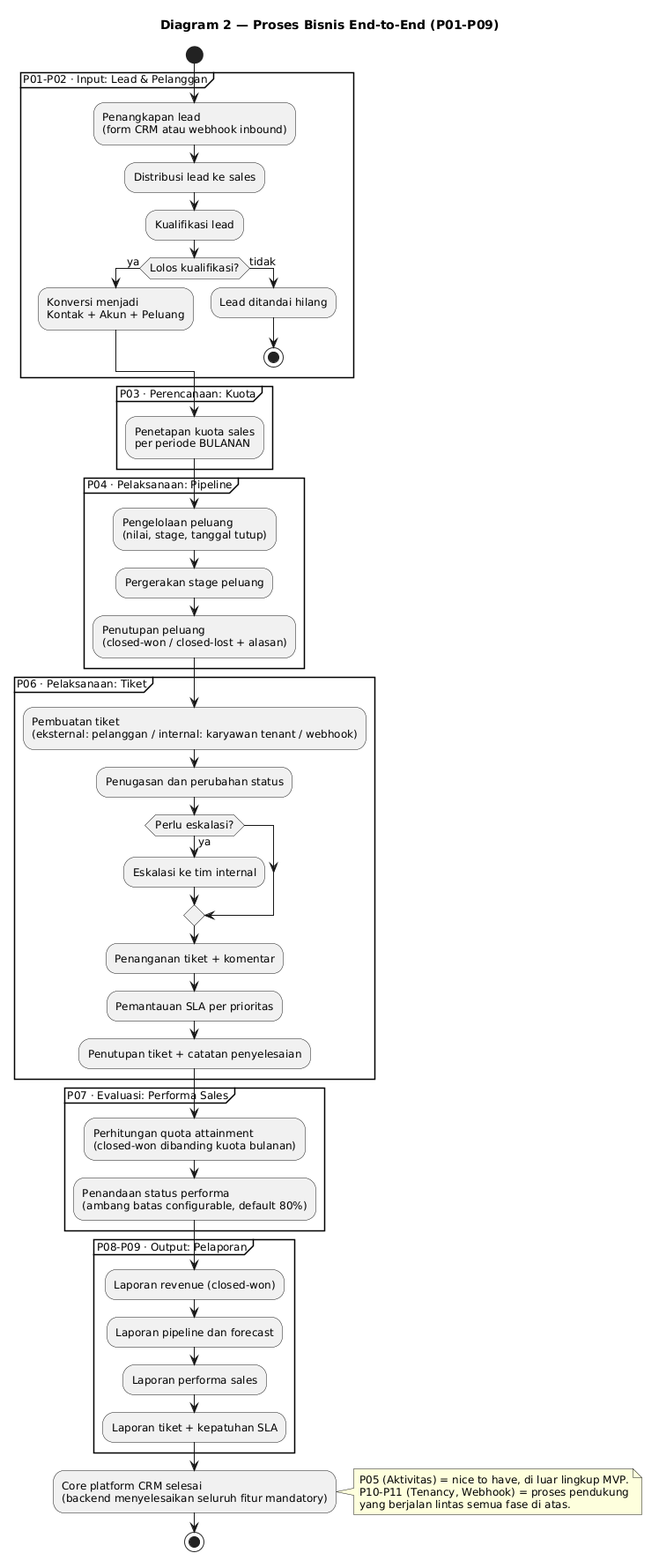
Earlier version of the PlantUML export knowledge/projects/bootcamp-crm/requirements/brd/diagrams/02-proses-bisnis.png (yudha-tlab/ai-os-knowledge). The source it was exported from:
```plantuml
@startuml
title Diagram 2 — Proses Bisnis End-to-End (P01-P09)

skinparam shadowing false
skinparam defaultFontSize 12

start
partition "P01-P02 · Input: Lead & Pelanggan" {
  :Penangkapan lead
  (form CRM atau webhook inbound);
  :Distribusi lead ke sales;
  :Kualifikasi lead;
  if (Lolos kualifikasi?) then (ya)
    :Konversi menjadi
    Kontak + Akun + Peluang;
  else (tidak)
    :Lead ditandai hilang;
    stop
  endif
}
partition "P03 · Perencanaan: Kuota" {
  :Penetapan kuota sales
  per periode BULANAN;
}
partition "P04 · Pelaksanaan: Pipeline" {
  :Pengelolaan peluang
  (nilai, stage, tanggal tutup);
  :Pergerakan stage peluang;
  :Penutupan peluang
  (closed-won / closed-lost + alasan);
}
partition "P06 · Pelaksanaan: Tiket" {
  :Pembuatan tiket
  (eksternal: pelanggan / internal: karyawan tenant / webhook);
  :Penugasan dan perubahan status;
  if (Perlu eskalasi?) then (ya)
    :Eskalasi ke tim internal;
  endif
  :Penanganan tiket + komentar;
  :Pemantauan SLA per prioritas;
  :Penutupan tiket + catatan penyelesaian;
}
partition "P07 · Evaluasi: Performa Sales" {
  :Perhitungan quota attainment
  (closed-won dibanding kuota bulanan);
  :Penandaan status performa
  (ambang batas configurable, default 80%);
}
partition "P08-P09 · Output: Pelaporan" {
  :Laporan revenue (closed-won);
  :Laporan pipeline dan forecast;
  :Laporan performa sales;
  :Laporan tiket + kepatuhan SLA;
}
:Core platform CRM selesai
(backend menyelesaikan seluruh fitur mandatory);
note right
  P05 (Aktivitas) = nice to have, di luar lingkup MVP.
  P10-P11 (Tenancy, Webhook) = proses pendukung
  yang berjalan lintas semua fase di atas.
end note
stop
@enduml
```
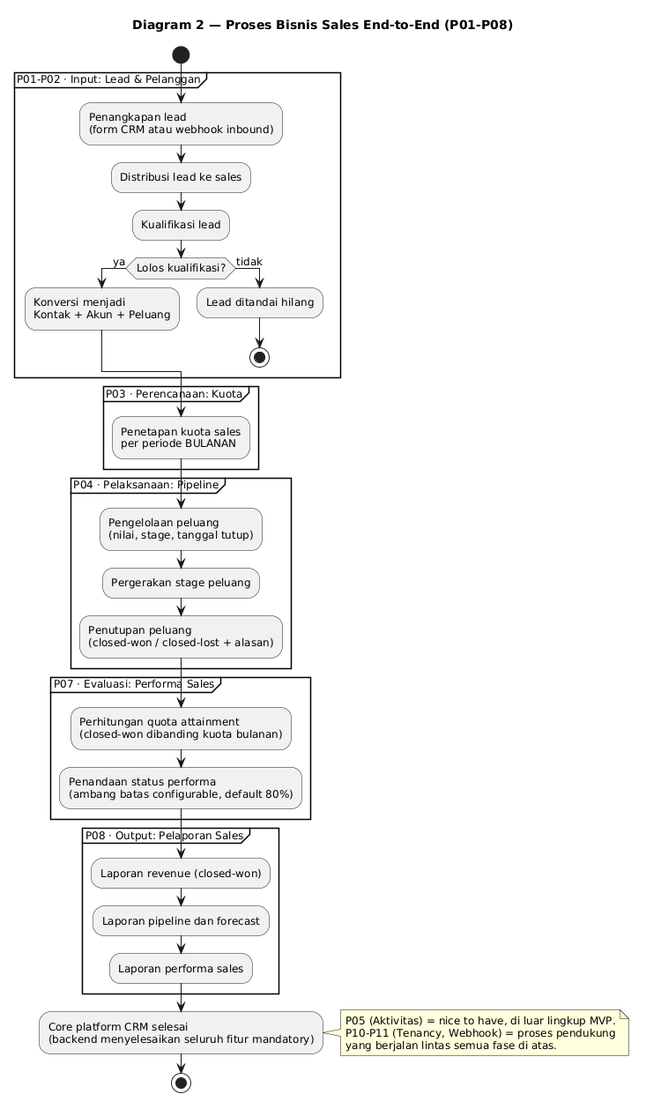
The same diagram one commit later.

The edit, as a diff of the source:
```diff
@@ -1,5 +1,5 @@
 @startuml
-title Diagram 2 — Proses Bisnis End-to-End (P01-P09)
+title Diagram 2 — Proses Bisnis Sales End-to-End (P01-P08)
 
 skinparam shadowing false
 skinparam defaultFontSize 12
@@ -29,28 +29,16 @@
   :Penutupan peluang
   (closed-won / closed-lost + alasan);
 }
-partition "P06 · Pelaksanaan: Tiket" {
-  :Pembuatan tiket
-  (eksternal: pelanggan / internal: karyawan tenant / webhook);
-  :Penugasan dan perubahan status;
-  if (Perlu eskalasi?) then (ya)
-    :Eskalasi ke tim internal;
-  endif
-  :Penanganan tiket + komentar;
-  :Pemantauan SLA per prioritas;
-  :Penutupan tiket + catatan penyelesaian;
-}
 partition "P07 · Evaluasi: Performa Sales" {
   :Perhitungan quota attainment
   (closed-won dibanding kuota bulanan);
   :Penandaan status performa
   (ambang batas configurable, default 80%);
 }
-partition "P08-P09 · Output: Pelaporan" {
+partition "P08 · Output: Pelaporan Sales" {
   :Laporan revenue (closed-won);
   :Laporan pipeline dan forecast;
   :Laporan performa sales;
-  :Laporan tiket + kepatuhan SLA;
 }
 :Core platform CRM selesai
 (backend menyelesaikan seluruh fitur mandatory);
```
